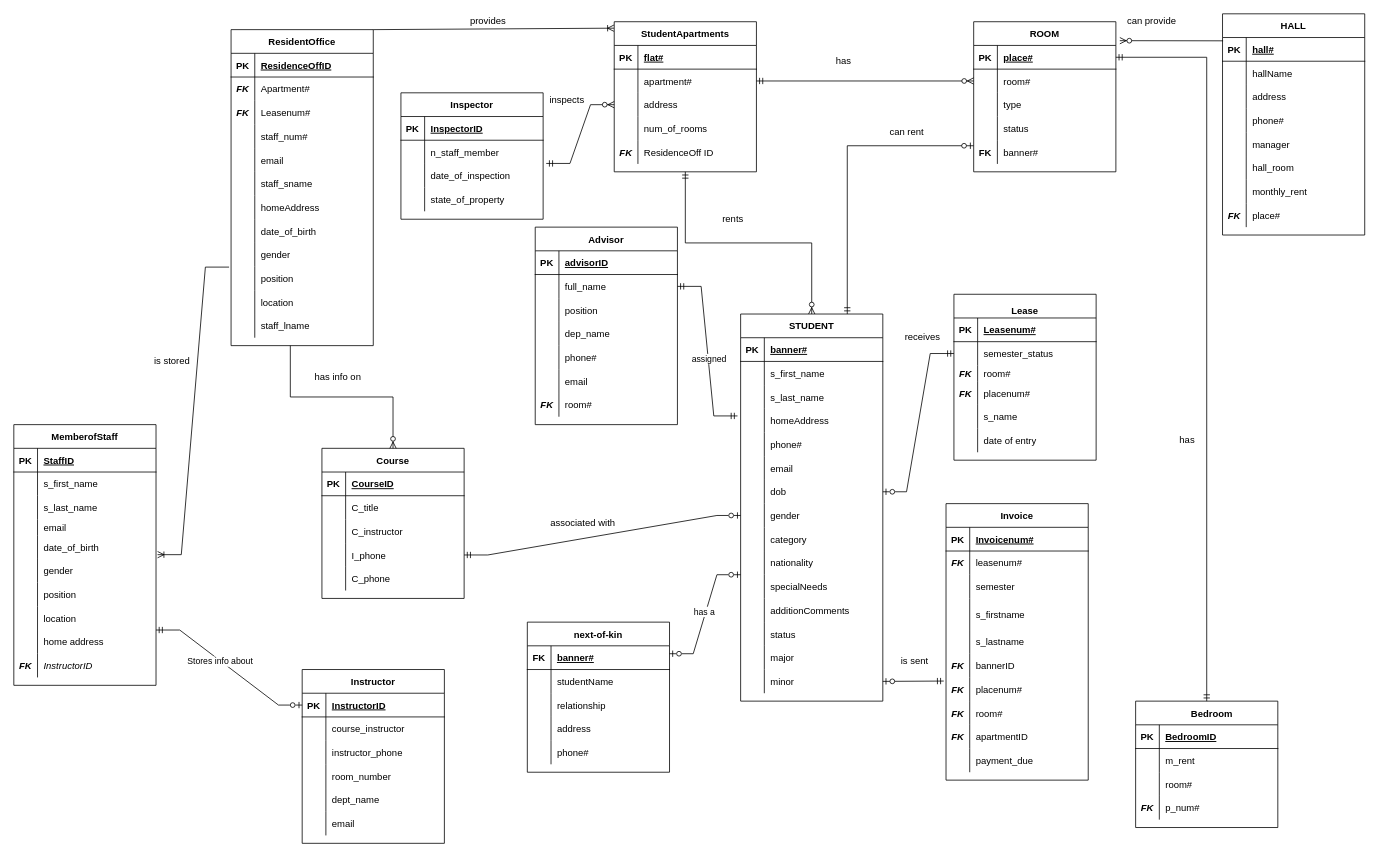
Earlier version of the draw.io diagram documents/Updated Semester Project.drawio (A-Hazzard/DRGNSTUDIO). Source tidied: cells renumbered, new cells numbered last; positions are measured from the earlier drawing's top-left corner, leaving out a move shared by most shapes. Both pictures are drawn from the tidied source at 79%, with x=0, y=0 at pixel (13, 13).
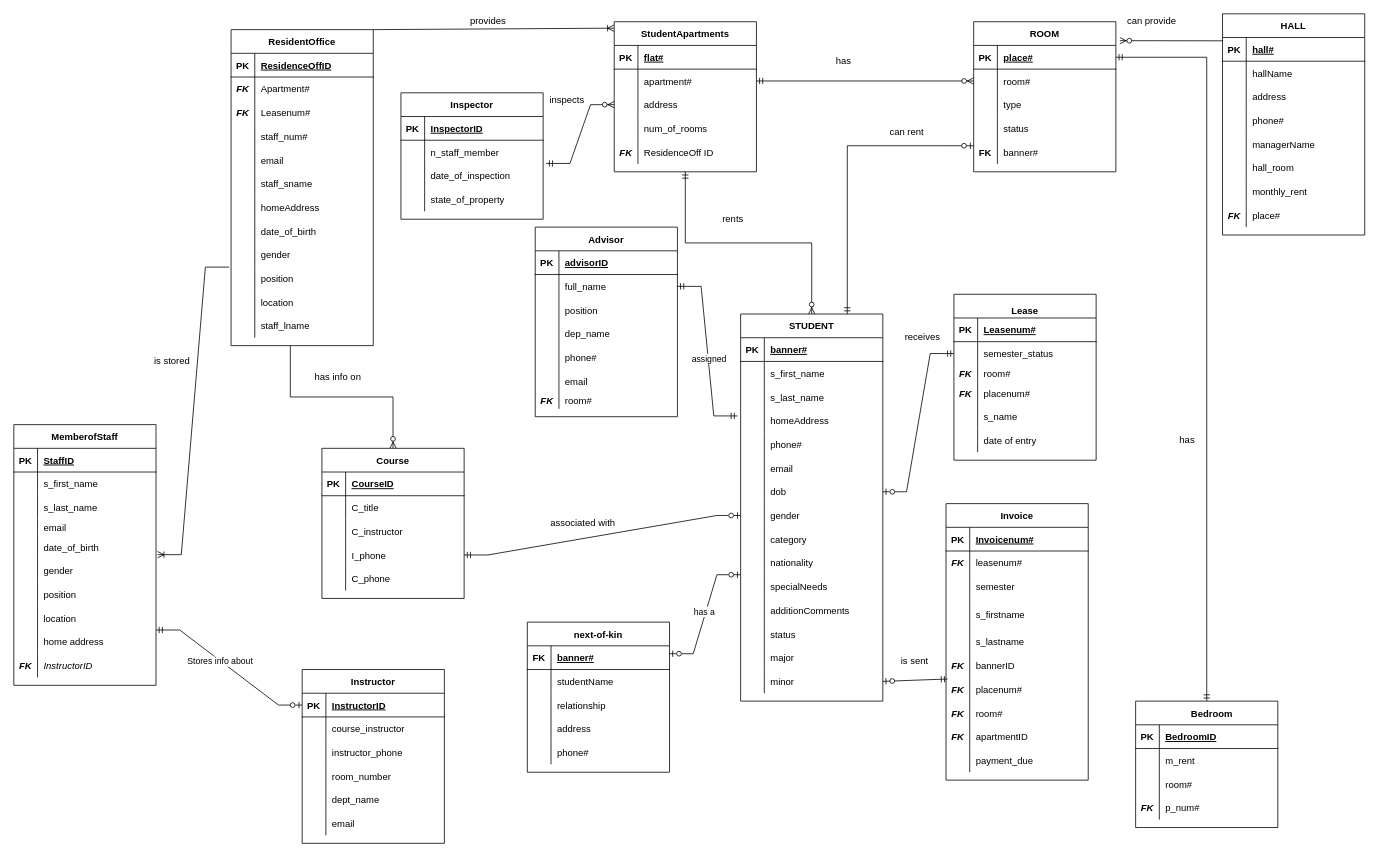
Above is the later version.

Unchanged cells that the change refers to:
```xml
<mxCell id="45" style="shape=tableRow;horizontal=0;startSize=0;swimlaneHead=0;swimlaneBody=0;fillColor=none;points=[[0,0.5],[1,0.5]];portConstraint=eastwest;top=0;left=0;right=0;bottom=0;" parent="2" vertex="1">
  <mxGeometry y="450" width="180" height="30" as="geometry" />
</mxCell>
<mxCell id="101" style="shape=tableRow;horizontal=0;startSize=0;swimlaneHead=0;swimlaneBody=0;fillColor=none;top=0;left=0;right=0;bottom=0;" parent="88" vertex="1">
  <mxGeometry y="150" width="180" height="30" as="geometry" />
</mxCell>
<mxCell id="218" style="shape=tableRow;horizontal=0;startSize=0;swimlaneHead=0;swimlaneBody=0;fillColor=none;points=[[0,0.5],[1,0.5]];portConstraint=eastwest;top=0;left=0;right=0;bottom=0;" parent="199" vertex="1">
  <mxGeometry y="220" width="180" height="30" as="geometry" />
</mxCell>
```

The edit, as a diff of the source:
```diff
@@
     <mxCell id="64" value="Advisor" style="shape=table;startSize=30;childLayout=tableLayout;rowLines=0;fontStyle=1;align=center;" parent="1" vertex="1">
-      <mxGeometry x="660" y="270" width="180" height="250" as="geometry" />
+      <mxGeometry x="660" y="270" width="180" height="240" as="geometry" />
     </mxCell>
@@
     <mxCell id="83" style="shape=tableRow;horizontal=0;startSize=0;swimlaneHead=0;swimlaneBody=0;fillColor=none;top=0;left=0;right=0;bottom=0;" parent="64" vertex="1">
-      <mxGeometry y="210" width="180" height="30" as="geometry" />
+      <mxGeometry y="210" width="180" height="20" as="geometry" />
     </mxCell>
     <mxCell id="84" value="FK" style="shape=partialRectangle;fillColor=none;top=0;left=0;bottom=0;right=0;overflow=hidden;fontStyle=3;" parent="83" vertex="1">
-      <mxGeometry width="30" height="30" as="geometry" />
+      <mxGeometry width="30" height="20" as="geometry" />
     </mxCell>
     <mxCell id="85" value="room#" style="shape=partialRectangle;fillColor=none;top=0;left=0;bottom=0;right=0;align=left;spacingLeft=6;overflow=hidden;" parent="83" vertex="1">
-      <mxGeometry x="30" width="150" height="30" as="geometry" />
+      <mxGeometry x="30" width="150" height="20" as="geometry" />
     </mxCell>
@@
-    <mxCell id="103" value="manager" style="shape=partialRectangle;fillColor=none;top=0;left=0;bottom=0;right=0;align=left;spacingLeft=6;overflow=hidden;" parent="101" vertex="1">
+    <mxCell id="103" value="managerName" style="shape=partialRectangle;fillColor=none;top=0;left=0;bottom=0;right=0;align=left;spacingLeft=6;overflow=hidden;" parent="101" vertex="1">
       <mxGeometry x="30" width="150" height="30" as="geometry" />
     </mxCell>
@@
-    <mxCell id="275" style="fontSize=12;html=1;endArrow=ERzeroToOne;startArrow=ERmandOne;rounded=0;entryX=1;entryY=0.5;entryDx=0;entryDy=0;exitX=-0.016;exitY=0.153;exitDx=0;exitDy=0;exitPerimeter=0;" parent="1" edge="1" source="218" target="45">
+    <mxCell id="275" style="fontSize=12;html=1;endArrow=ERzeroToOne;startArrow=ERmandOne;rounded=0;entryX=1;entryY=0.5;entryDx=0;entryDy=0;exitX=0.011;exitY=0.067;exitDx=0;exitDy=0;exitPerimeter=0;" parent="1" edge="1" source="218" target="45">
       <mxGeometry relative="1" as="geometry" />
     </mxCell>
```
